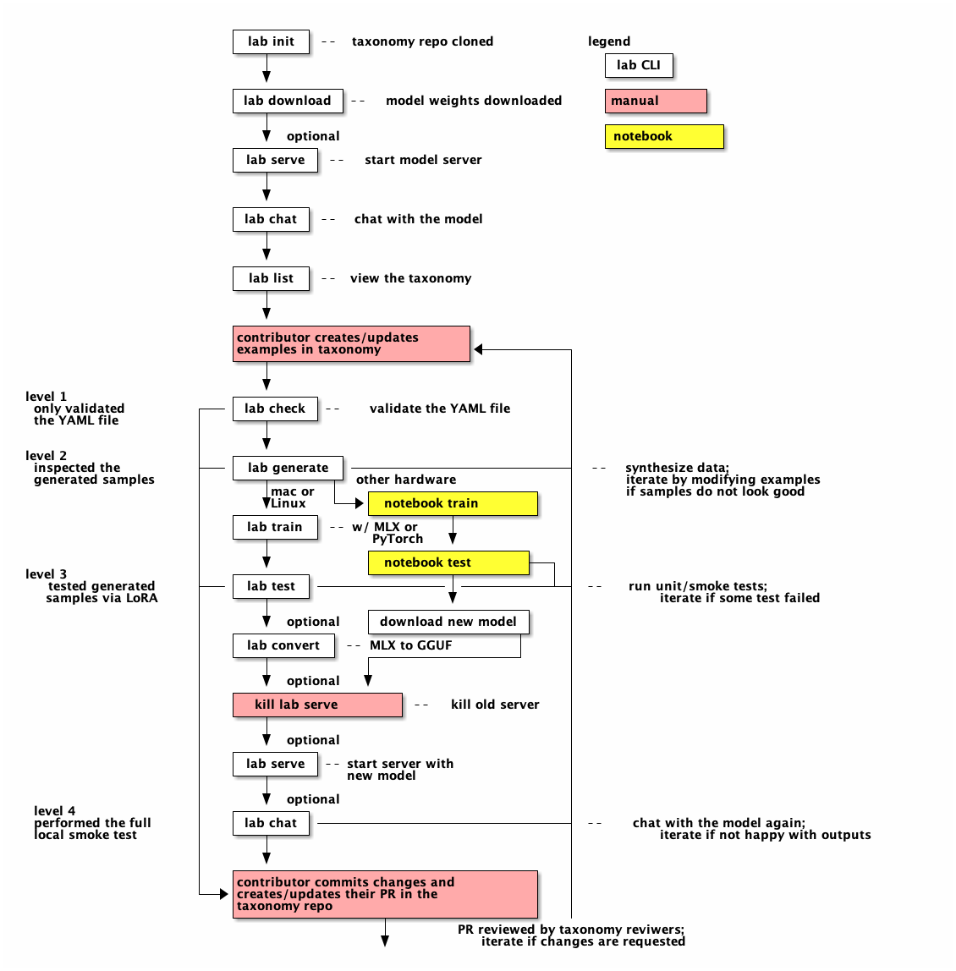
This is docs/workflow.png from instructlab/instructlab, a PlantUML export, as it was before one commit. Its source is kept beside it as docs/workflow.puml.
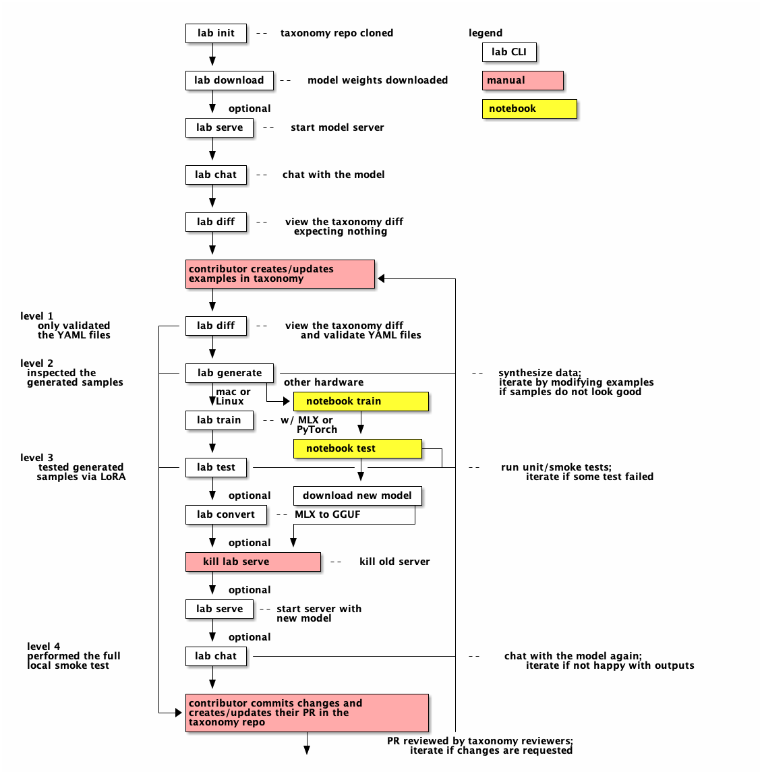
The same file after the commit.

Diff of the diagram source:
```diff
@@ -20,8 +20,8 @@
                              |
                              v
                          +---+----+
-                         |lab list|-=-view the taxonomy
-                         +---+----+
+                         |lab diff|-=-view the taxonomy diff
+                         +---+----+     expecting nothing
                              |
                              v
                          +---+-----------------------+
@@ -30,9 +30,9 @@
                          +---+-----------------------+           |
                              |                                   |
                              v                                   |
-level 1                  +---+-----+                             |
-  only validated     +---|lab check|-=-validate the YAML file    |
-  the YAML file      |   +---+-----+                             |
+level 1                  +---+----+                              |
+  only validated     +---|lab diff|-=-view the taxonomy diff     |
+  the YAML files     |   +---+----+     and validate YAML files  |
                      |       |                                   |
                      |       v                                   |
 level 2              |   +---+--------+                          |
```
